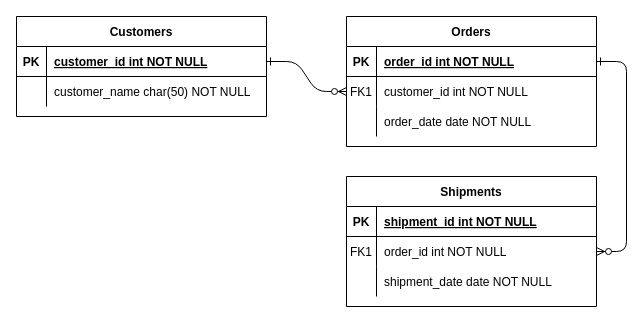
Above: page "Overview" (1 of 3) of Biểu đồ không có tiêu đề.drawio in Spider-Teams/mms_hr_service (draw.io), before the change. Source tidied: cells renumbered, new cells numbered last; positions are measured from the earlier drawing's top-left corner, leaving out a move shared by most shapes. Both pictures are drawn from the tidied source at 100%, with x=0, y=0 at pixel (16, 16).
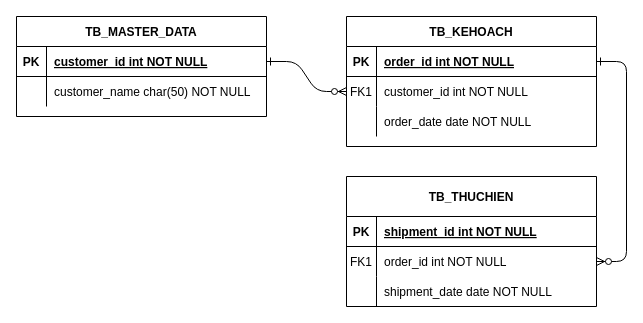
Above is the later version.

Commit message:
Cập nhật Biểu đồ không có tiêu đề.drawio

The edit, as a diff of the source:
```diff
@@
-    <mxCell id="4" value="Orders" style="shape=table;startSize=30;childLayout=tableLayout;rowLines=0;fontStyle=1;align=center;" parent="1" vertex="1">
+    <mxCell id="4" value="TB_KEHOACH" style="shape=table;startSize=30;childLayout=tableLayout;rowLines=0;fontStyle=1;align=center;" parent="1" vertex="1">
       <mxGeometry x="330" width="250" height="130" as="geometry" />
     </mxCell>
@@
-    <mxCell id="14" value="Shipments" style="shape=table;startSize=30;childLayout=tableLayout;rowLines=0;fontStyle=1;align=center;" parent="1" vertex="1">
+    <mxCell id="14" value="TB_THUCHIEN" style="shape=table;startSize=40;childLayout=tableLayout;rowLines=0;fontStyle=1;align=center;" parent="1" vertex="1">
       <mxGeometry x="330" y="160" width="250" height="130" as="geometry" />
     </mxCell>
     <mxCell id="15" style="shape=partialRectangle;fillColor=none;top=0;left=0;right=0;bottom=1;" parent="14" vertex="1">
-      <mxGeometry y="30" width="250" height="30" as="geometry" />
+      <mxGeometry y="40" width="250" height="30" as="geometry" />
     </mxCell>
@@
     <mxCell id="18" style="shape=partialRectangle;fillColor=none;points=[[0,0.5],[1,0.5]];portConstraint=eastwest;top=0;left=0;right=0;bottom=0;" parent="14" vertex="1">
-      <mxGeometry y="60" width="250" height="30" as="geometry" />
+      <mxGeometry y="70" width="250" height="30" as="geometry" />
     </mxCell>
@@
     <mxCell id="21" style="shape=partialRectangle;fillColor=none;top=0;left=0;right=0;bottom=0;" parent="14" vertex="1">
-      <mxGeometry y="90" width="250" height="30" as="geometry" />
+      <mxGeometry y="100" width="250" height="30" as="geometry" />
     </mxCell>
@@
-    <mxCell id="24" value="Customers" style="shape=table;startSize=30;childLayout=tableLayout;rowLines=0;fontStyle=1;align=center;" parent="1" vertex="1">
+    <mxCell id="24" value="TB_MASTER_DATA" style="shape=table;startSize=30;childLayout=tableLayout;rowLines=0;fontStyle=1;align=center;" parent="1" vertex="1">
       <mxGeometry width="250" height="100" as="geometry" />
     </mxCell>
```
